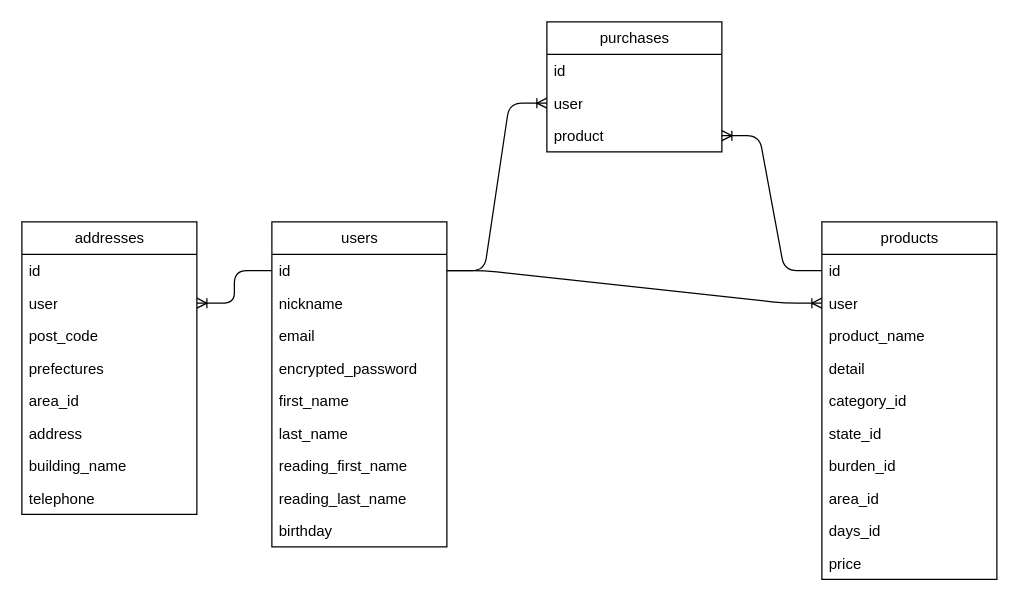
someno-kaede/furima-39613 keeps this draw.io diagram as ER.dio. Above is the earlier version. Source tidied: cells renumbered, new cells numbered last; positions are measured from the earlier drawing's top-left corner, leaving out a move shared by most shapes. Both pictures are drawn from the tidied source at 125%, with x=0, y=0 at pixel (21, 21).
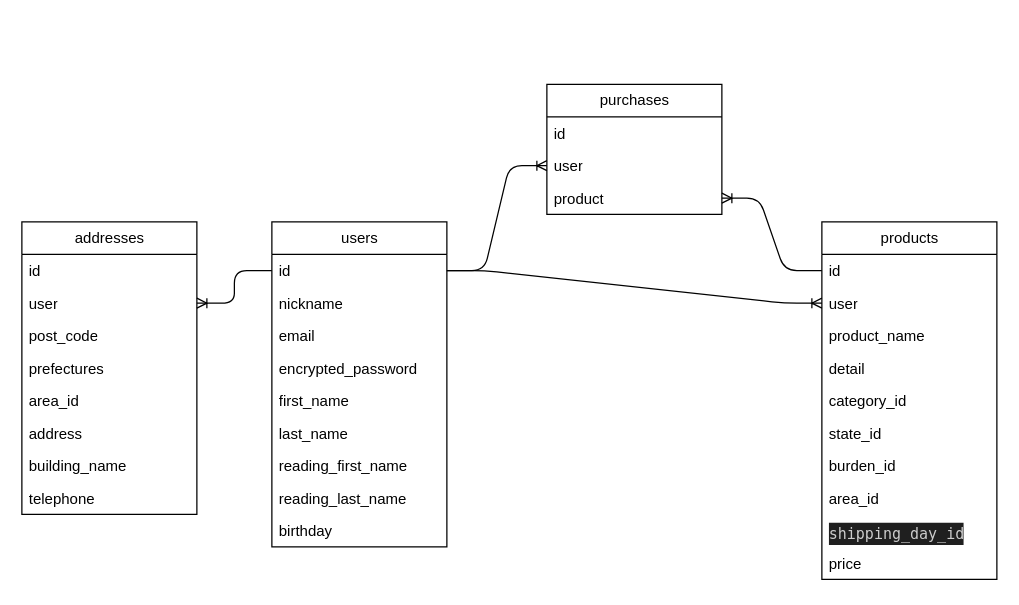
The same diagram, later.

Unchanged cells that the change refers to:
```xml
<mxCell id="12" value="products" style="swimlane;fontStyle=0;horizontal=1;startSize=26;fillColor=none;html=1;" parent="1" vertex="1">
  <mxGeometry x="640" y="160" width="140" height="286" as="geometry" />
</mxCell>
```

Change to the diagram source:
```diff
@@
-    <mxCell id="21" value="days_id" style="text;strokeColor=none;fillColor=none;align=left;verticalAlign=top;spacingLeft=4;spacingRight=4;overflow=hidden;whiteSpace=wrap;html=1;" parent="12" vertex="1">
+    <mxCell id="21" value="&lt;div style=&quot;color: rgb(204, 204, 204); background-color: rgb(31, 31, 31); font-family: Menlo, Monaco, &amp;quot;Courier New&amp;quot;, monospace; line-height: 18px;&quot;&gt;shipping_day_id&lt;/div&gt;" style="text;strokeColor=none;fillColor=none;align=left;verticalAlign=top;spacingLeft=4;spacingRight=4;overflow=hidden;whiteSpace=wrap;html=1;" parent="12" vertex="1">
       <mxGeometry y="234" width="140" height="26" as="geometry" />
     </mxCell>
@@
     <mxCell id="23" value="purchases" style="swimlane;fontStyle=0;horizontal=1;startSize=26;fillColor=none;html=1;" parent="1" vertex="1">
-      <mxGeometry x="420" width="140" height="104" as="geometry" />
+      <mxGeometry x="420" y="50" width="140" height="104" as="geometry" />
     </mxCell>
```
